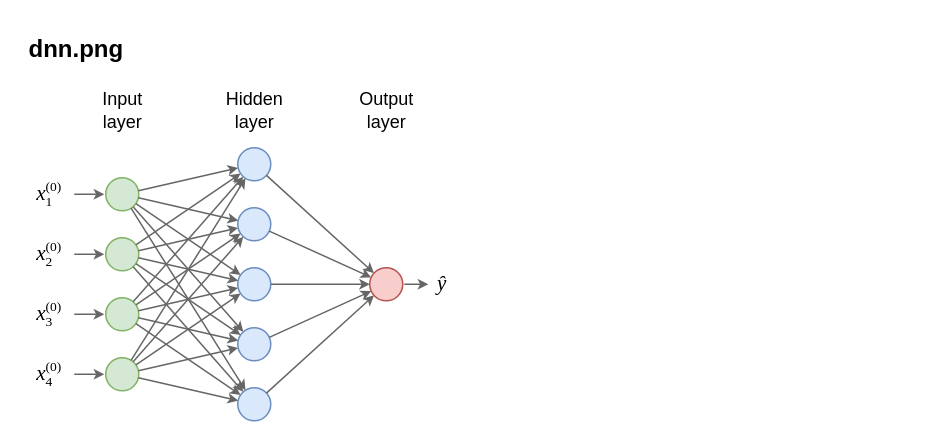
Above: assets/deep-neural-networks/deep-neural-networks.drawio in brunomaga/brunomaga.github.io (draw.io), before the change. Source tidied: cells renumbered, new cells numbered last; positions are measured from the earlier drawing's top-left corner, leaving out a move shared by most shapes. Both pictures are drawn from the tidied source at 150%, with x=0, y=0 at pixel (26, 26).
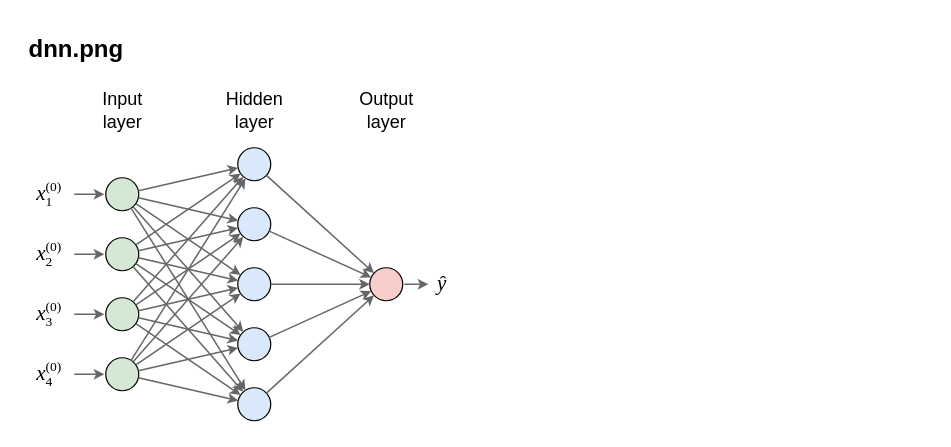
After the change.

The change refers to these unchanged cells:
```xml
<mxCell id="3" style="group;" parent="1" vertex="1">
  <mxGeometry y="40" width="285" height="223" as="geometry" />
</mxCell>
```

What changed in the source:
```diff
@@
-    <mxCell id="7" style="ellipse;whiteSpace=wrap;html=1;fillColor=#d5e8d4;strokeColor=#82b366;" parent="3" vertex="1">
+    <mxCell id="7" style="ellipse;whiteSpace=wrap;html=1;fillColor=#d5e8d4;strokeColor=#000000;strokeWidth=0.8;" parent="3" vertex="1">
       <mxGeometry x="53" y="61" width="22" height="22" as="geometry" />
     </mxCell>
-    <mxCell id="8" style="ellipse;whiteSpace=wrap;html=1;fillColor=#d5e8d4;strokeColor=#82b366;" parent="3" vertex="1">
+    <mxCell id="8" style="ellipse;whiteSpace=wrap;html=1;fillColor=#d5e8d4;strokeColor=#000000;strokeWidth=0.8;" parent="3" vertex="1">
       <mxGeometry x="53" y="101" width="22" height="22" as="geometry" />
     </mxCell>
-    <mxCell id="9" style="ellipse;whiteSpace=wrap;html=1;fillColor=#d5e8d4;strokeColor=#82b366;" parent="3" vertex="1">
+    <mxCell id="9" style="ellipse;whiteSpace=wrap;html=1;fillColor=#d5e8d4;strokeColor=#000000;strokeWidth=0.8;" parent="3" vertex="1">
       <mxGeometry x="53" y="141" width="22" height="22" as="geometry" />
     </mxCell>
-    <mxCell id="10" style="ellipse;whiteSpace=wrap;html=1;fillColor=#d5e8d4;strokeColor=#82b366;" parent="3" vertex="1">
+    <mxCell id="10" style="ellipse;whiteSpace=wrap;html=1;fillColor=#d5e8d4;strokeColor=#000000;strokeWidth=0.8;" parent="3" vertex="1">
       <mxGeometry x="53" y="181" width="22" height="22" as="geometry" />
     </mxCell>
-    <mxCell id="11" style="ellipse;whiteSpace=wrap;html=1;fillColor=#dae8fc;strokeColor=#6c8ebf;" parent="3" vertex="1">
+    <mxCell id="11" style="ellipse;whiteSpace=wrap;html=1;fillColor=#dae8fc;strokeColor=#000000;strokeWidth=0.8;" parent="3" vertex="1">
       <mxGeometry x="141" y="41" width="22" height="22" as="geometry" />
     </mxCell>
-    <mxCell id="12" style="ellipse;whiteSpace=wrap;html=1;fillColor=#dae8fc;strokeColor=#6c8ebf;" parent="3" vertex="1">
+    <mxCell id="12" style="ellipse;whiteSpace=wrap;html=1;fillColor=#dae8fc;strokeColor=#000000;strokeWidth=0.8;" parent="3" vertex="1">
       <mxGeometry x="141" y="81" width="22" height="22" as="geometry" />
     </mxCell>
-    <mxCell id="13" style="ellipse;whiteSpace=wrap;html=1;fillColor=#dae8fc;strokeColor=#6c8ebf;" parent="3" vertex="1">
+    <mxCell id="13" style="ellipse;whiteSpace=wrap;html=1;fillColor=#dae8fc;strokeColor=#000000;strokeWidth=0.8;" parent="3" vertex="1">
       <mxGeometry x="141" y="121" width="22" height="22" as="geometry" />
     </mxCell>
-    <mxCell id="14" style="ellipse;whiteSpace=wrap;html=1;fillColor=#dae8fc;strokeColor=#6c8ebf;" parent="3" vertex="1">
+    <mxCell id="14" style="ellipse;whiteSpace=wrap;html=1;fillColor=#dae8fc;strokeColor=#000000;strokeWidth=0.8;" parent="3" vertex="1">
       <mxGeometry x="141" y="161" width="22" height="22" as="geometry" />
     </mxCell>
-    <mxCell id="15" style="ellipse;whiteSpace=wrap;html=1;fillColor=#dae8fc;strokeColor=#6c8ebf;" parent="3" vertex="1">
+    <mxCell id="15" style="ellipse;whiteSpace=wrap;html=1;fillColor=#dae8fc;strokeColor=#000000;strokeWidth=0.8;" parent="3" vertex="1">
       <mxGeometry x="141" y="201" width="22" height="22" as="geometry" />
     </mxCell>
-    <mxCell id="16" style="ellipse;whiteSpace=wrap;html=1;fillColor=#f8cecc;strokeColor=#b85450;" parent="3" vertex="1">
+    <mxCell id="16" style="ellipse;whiteSpace=wrap;html=1;fillColor=#f8cecc;strokeColor=#000000;strokeWidth=0.8;" parent="3" vertex="1">
       <mxGeometry x="229" y="121" width="22" height="22" as="geometry" />
     </mxCell>
```
